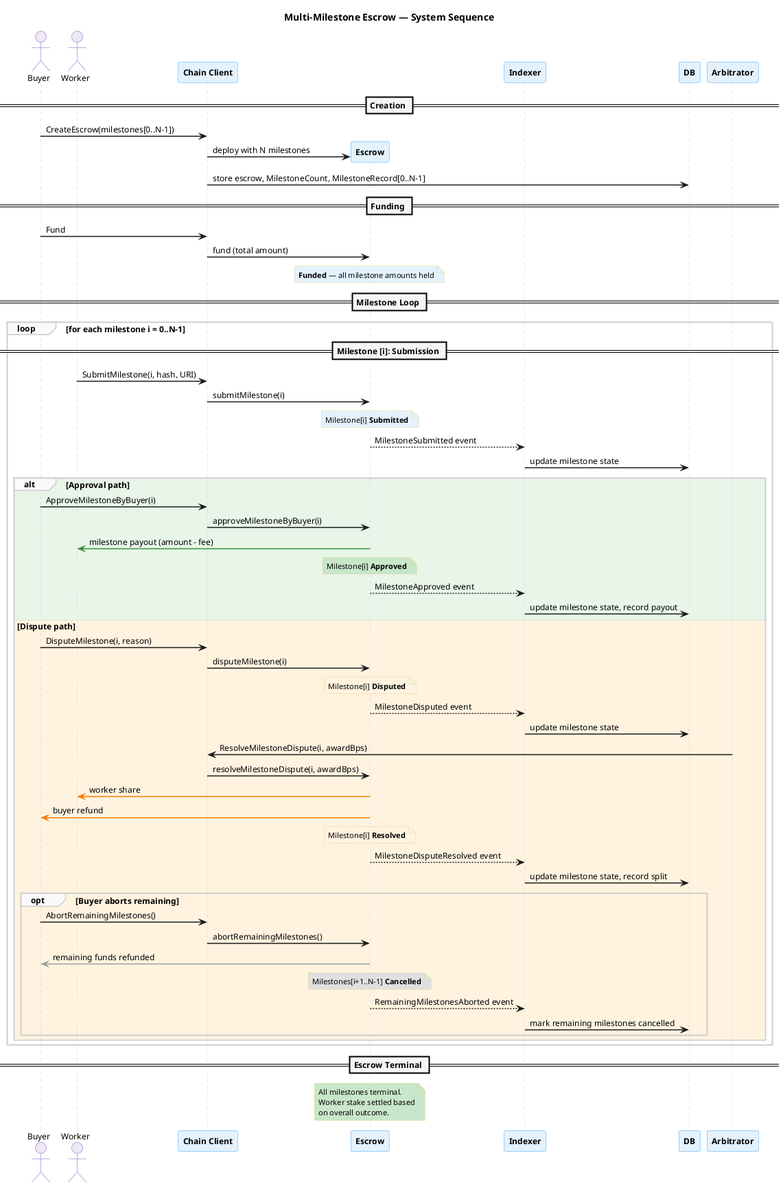
The PlantUML diagram docs/diagrams/milestone-system-sequence.png in eddiefleurent/agent-escrow, before a commit.
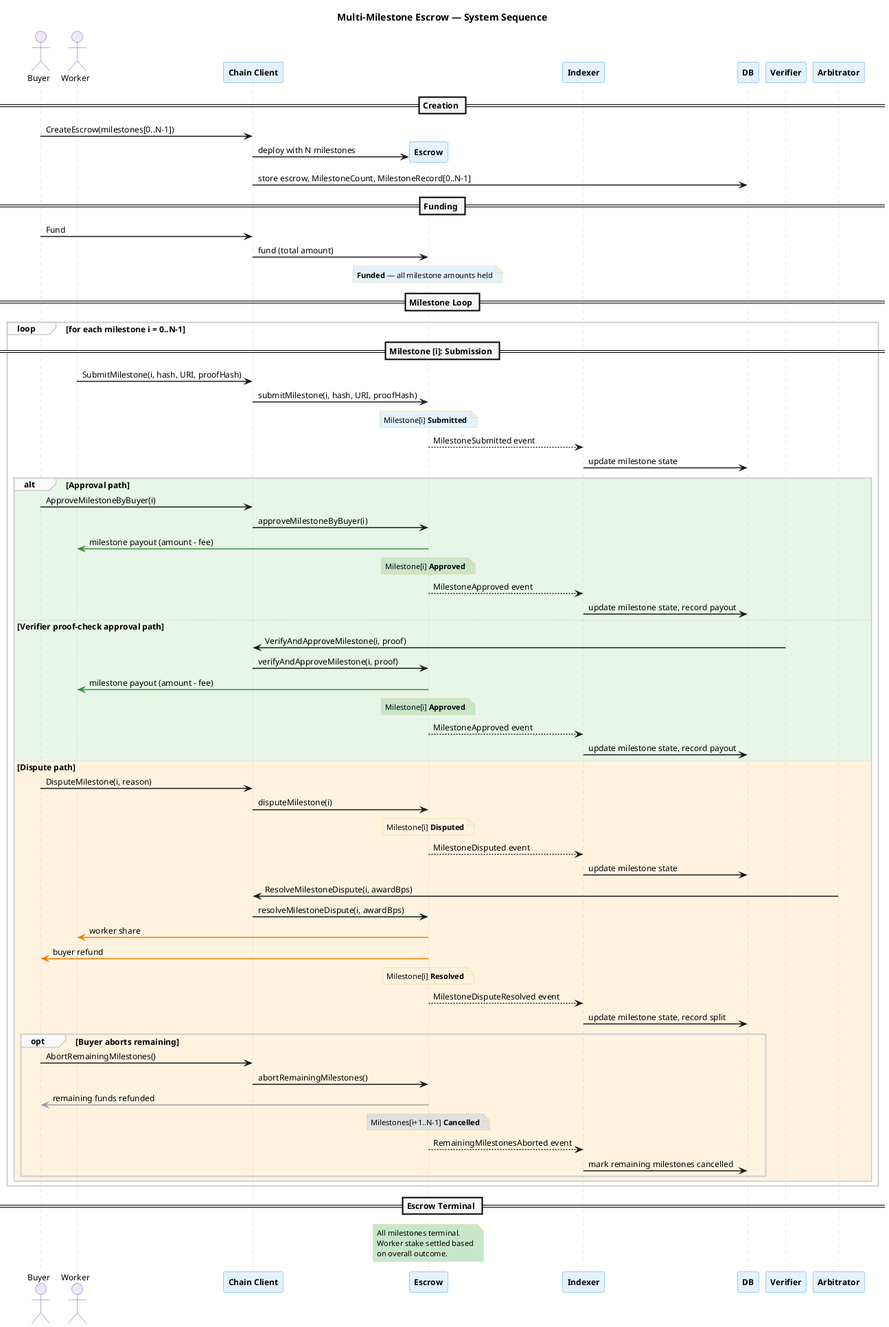
After the change.

The edit, as a diff of the source:
```diff
@@ -54,8 +54,8 @@
 
   == Milestone [i]: Submission ==
 
-  worker -> chain : SubmitMilestone(i, hash, URI)
-  chain -> escrow : submitMilestone(i)
+  worker -> chain : SubmitMilestone(i, hash, URI, proofHash)
+  chain -> escrow : submitMilestone(i, hash, URI, proofHash)
   note over escrow #E3F2FD : Milestone[i] **Submitted**
   escrow --> indexer : MilestoneSubmitted event
   indexer -> db : update milestone state
@@ -63,6 +63,14 @@
   alt #E8F5E9 Approval path
     buyer -> chain : ApproveMilestoneByBuyer(i)
     chain -> escrow : approveMilestoneByBuyer(i)
+    escrow -[#388E3C]> worker : milestone payout (amount - fee)
+    note over escrow #C8E6C9 : Milestone[i] **Approved**
+    escrow --> indexer : MilestoneApproved event
+    indexer -> db : update milestone state, record payout
+
+  else #E8F5E9 Verifier proof-check approval path
+    "Verifier" as verifier -> chain : VerifyAndApproveMilestone(i, proof)
+    chain -> escrow : verifyAndApproveMilestone(i, proof)
     escrow -[#388E3C]> worker : milestone payout (amount - fee)
     note over escrow #C8E6C9 : Milestone[i] **Approved**
     escrow --> indexer : MilestoneApproved event
```
